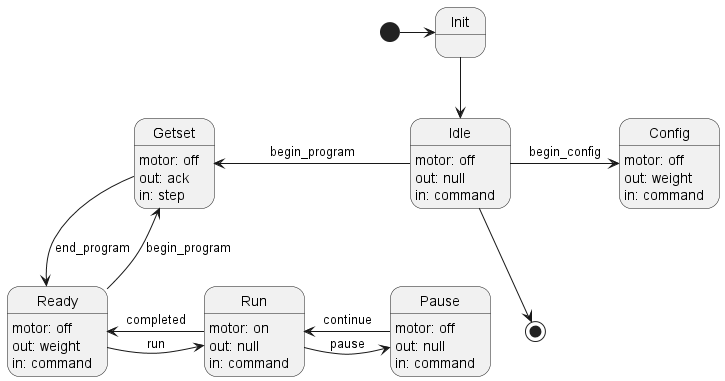
The PlantUML diagram firmware.png in HeraclitoDeEfeso/caminador, before a commit.
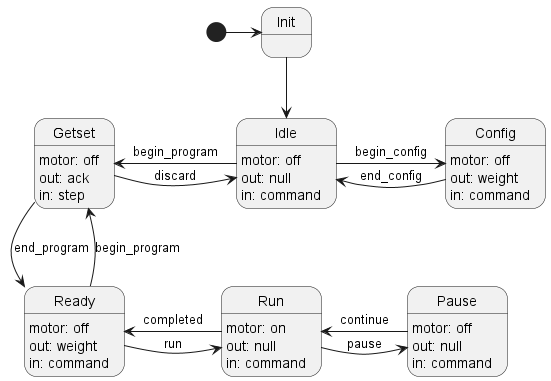
The same diagram one commit later.

Commit message:
Diagrama de estado: diseño

What changed in the source:
```diff
@@ -3,14 +3,16 @@
 [*] -> Init
 Init --> Idle
 Idle -> Config : begin_config
+Config -> Idle : end_config
 Idle -left-> Getset : begin_program
+Getset -right-> Idle: discard
 Getset --> Ready : end_program
 Ready --> Getset : begin_program
 Ready -> Run : run
 Run -> Ready : completed
 Run -> Pause : pause
 Pause -> Run : continue
-Idle --> [*]
+
 
 Idle : motor: off
 Idle : out: null
```
